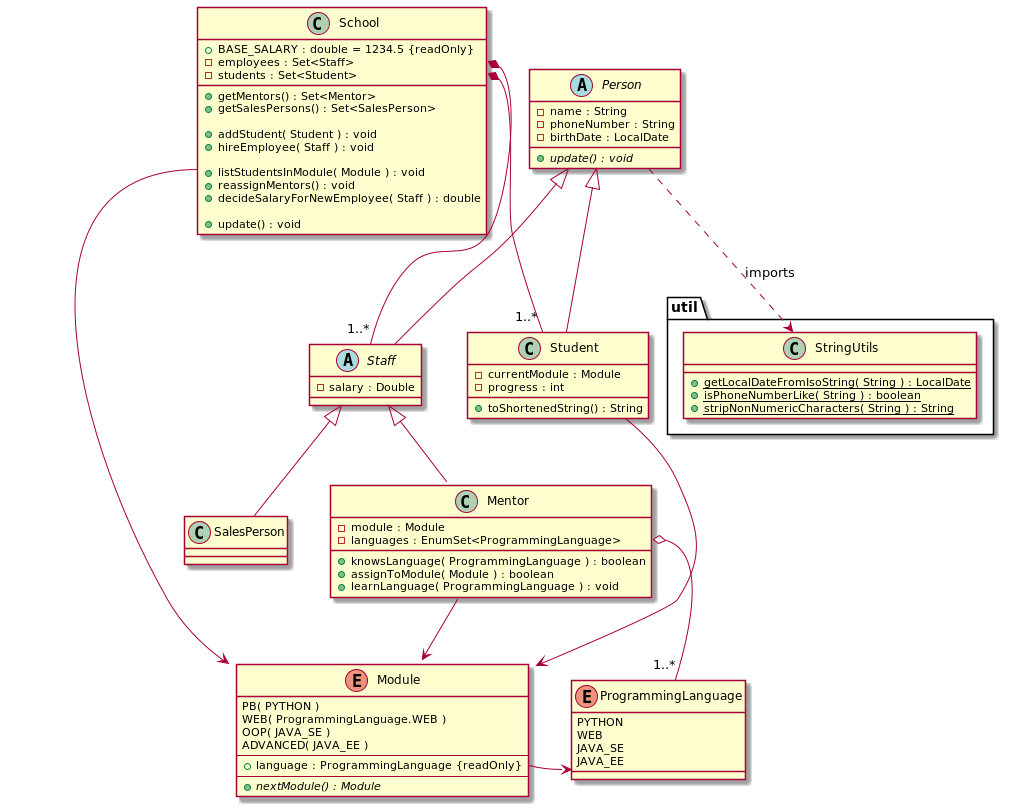
Before: ProgramSchool_UML.png, a diagram exported from PlantUML (craciun-st/ProgrammingSchool).
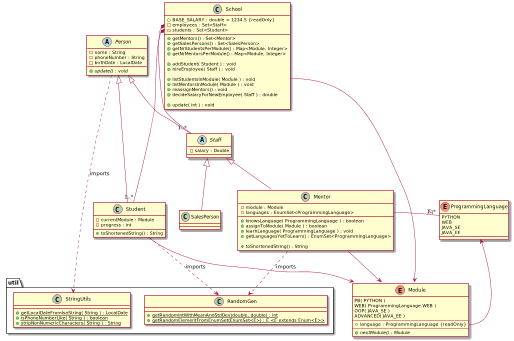
After the change.

Commit message:
Update UML diagram

Change to the diagram source:
```diff
@@ -7,15 +7,18 @@
 
     + getMentors() : Set<Mentor>
     + getSalesPersons() : Set<SalesPerson>
+    + getNrStudentsPerModule() : Map<Module, Integer>
+    + getNrMentorsPerModule() : Map<Module, Integer>
 
     + addStudent( Student ) : void
     + hireEmployee( Staff ) : void
 
     + listStudentsInModule( Module ) : void
+    + listMentorsInModule( Module ) : void
     + reassignMentors() : void
     + decideSalaryForNewEmployee( Staff ) : double
 
-    + update() : void
+    + update( int ) : void
 
 }
 
@@ -39,6 +42,9 @@
     + knowsLanguage( ProgrammingLanguage ) : boolean
     + assignToModule( Module ) : boolean
     + learnLanguage( ProgrammingLanguage ) : void
+    + getLanguagesYetToLearn() : EnumSet<ProgrammingLanguage>
+
+    + toShortenedString() : String
 }
 
 class Student extends Person {
@@ -71,16 +77,24 @@
     + {static} stripNonNumericCharacters( String ) : String
 }
 
+class util.RandomGen {
+    + {static} getRandomIntWithMeanAndStdDev(double, double) : int
+    + {static} getRandomElementFromEnumSet(EnumSet<E>) : E <E extends Enum<E>>
+}
+
+
 Student --> Module
 Mentor --> Module
 School::listStudentsInModule --> Module
-Mentor::languages o-- "1..*" ProgrammingLanguage
-Module::language -right-> ProgrammingLanguage
+Mentor::languages o-left- "1..*" ProgrammingLanguage
+Module::language -left-> ProgrammingLanguage
+
 
 School::employees *-- "1..*" Staff
 School::students *-- "1..*" Student
 
 
 Person ..> util.StringUtils : imports
-
+Student ..> util.RandomGen : imports
+Mentor ..> util.RandomGen : imports
 @enduml
```
